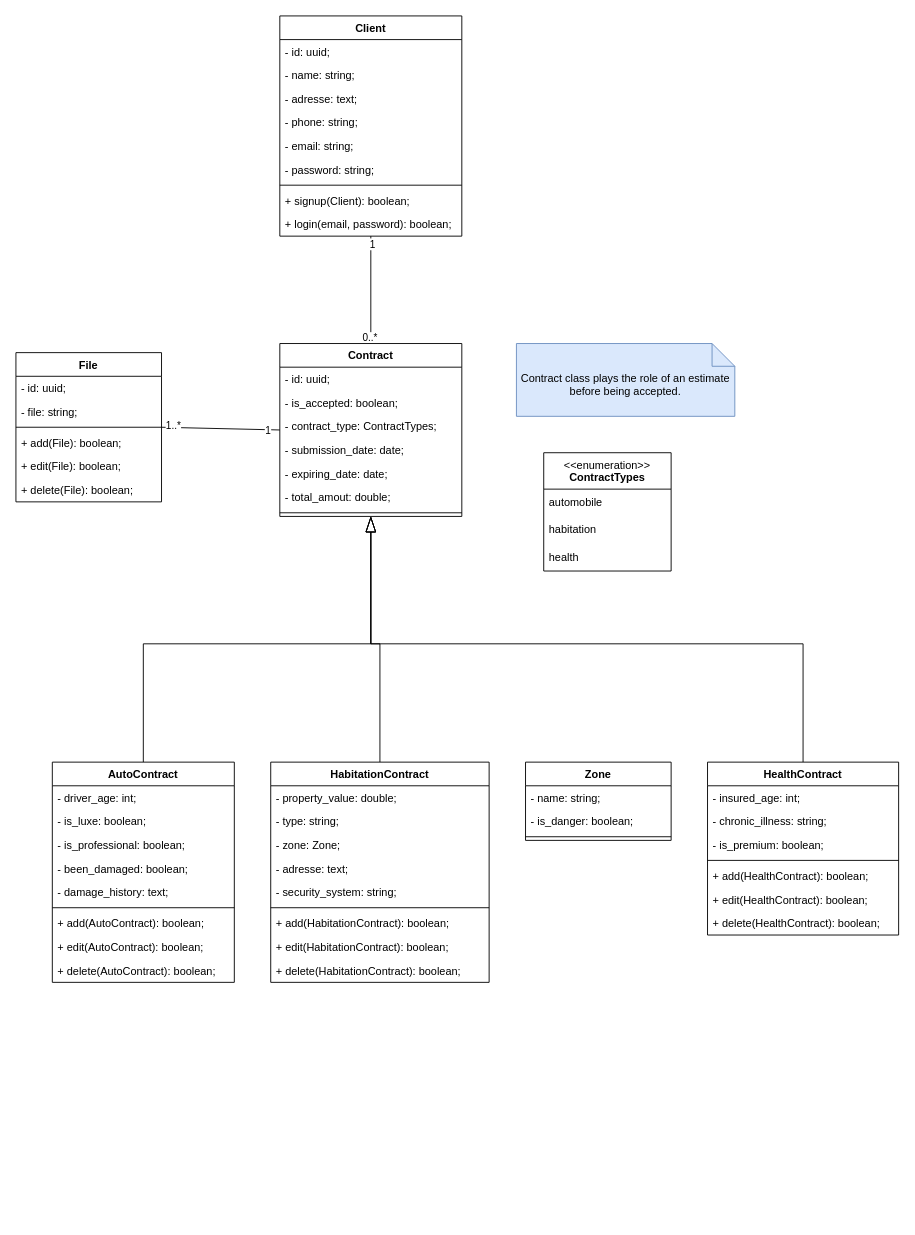
Above: ApolloAssurance.drawio in berghach/Apollo-Assurance-Secure (draw.io), before the change. Source tidied: cells renumbered, new cells numbered last; positions are measured from the earlier drawing's top-left corner, leaving out a move shared by most shapes. Both pictures are drawn from the tidied source at 91%, with x=0, y=0 at pixel (15, 15).
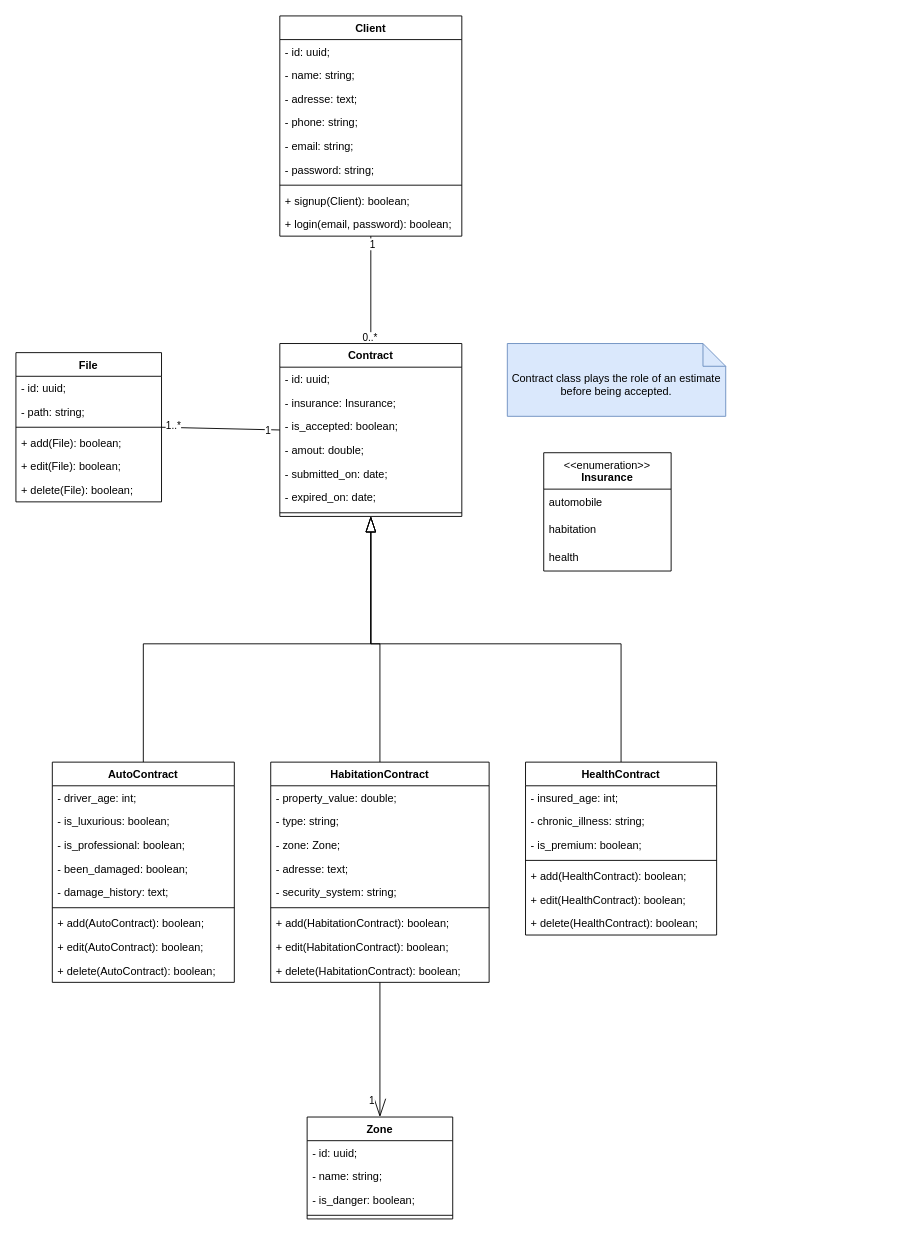
After the change.

Unchanged cells that the change refers to:
```xml
<mxCell id="18" value="Contract" style="swimlane;fontStyle=1;align=center;verticalAlign=top;horizontal=1;startSize=26;whiteSpace=wrap;html=1;" parent="1" vertex="1">
  <mxGeometry x="290" y="360" width="200" height="190" as="geometry" />
</mxCell>
<mxCell id="26" value="AutoContract" style="swimlane;fontStyle=1;align=center;verticalAlign=top;horizontal=1;startSize=26;whiteSpace=wrap;html=1;" parent="1" vertex="1">
  <mxGeometry x="40" y="820" width="200" height="242" as="geometry" />
</mxCell>
<mxCell id="36" value="HabitationContract" style="swimlane;fontStyle=1;align=center;verticalAlign=top;horizontal=1;startSize=26;whiteSpace=wrap;html=1;" parent="1" vertex="1">
  <mxGeometry x="280" y="820" width="240" height="242" as="geometry" />
</mxCell>
<mxCell id="58" value="File" style="swimlane;fontStyle=1;align=center;verticalAlign=top;horizontal=1;startSize=26;whiteSpace=wrap;html=1;" parent="1" vertex="1">
  <mxGeometry y="370" width="160" height="164" as="geometry" />
</mxCell>
```

The edit, as a diff of the source:
```diff
@@
+    <mxCell id="21" value="- insurance:&amp;nbsp;Insurance;" style="text;strokeColor=none;fillColor=none;align=left;verticalAlign=top;spacingLeft=4;spacingRight=4;overflow=hidden;whiteSpace=wrap;html=1;" parent="18" vertex="1">
+      <mxGeometry y="52" width="200" height="26" as="geometry" />
+    </mxCell>
     <mxCell id="20" value="- is_accepted: boolean;" style="text;strokeColor=none;fillColor=none;align=left;verticalAlign=top;spacingLeft=4;spacingRight=4;overflow=hidden;whiteSpace=wrap;html=1;" parent="18" vertex="1">
-      <mxGeometry y="52" width="200" height="26" as="geometry" />
+      <mxGeometry y="78" width="200" height="26" as="geometry" />
     </mxCell>
-    <mxCell id="21" value="- contract_type: ContractTypes;" style="text;strokeColor=none;fillColor=none;align=left;verticalAlign=top;spacingLeft=4;spacingRight=4;overflow=hidden;whiteSpace=wrap;html=1;" parent="18" vertex="1">
-      <mxGeometry y="78" width="200" height="26" as="geometry" />
-    </mxCell>
+    <mxCell id="24" value="- amout: double;" style="text;strokeColor=none;fillColor=none;align=left;verticalAlign=top;spacingLeft=4;spacingRight=4;overflow=hidden;whiteSpace=wrap;html=1;" parent="18" vertex="1">
+      <mxGeometry y="104" width="200" height="26" as="geometry" />
+    </mxCell>
-    <mxCell id="22" value="- submission_date: date;" style="text;strokeColor=none;fillColor=none;align=left;verticalAlign=top;spacingLeft=4;spacingRight=4;overflow=hidden;whiteSpace=wrap;html=1;" parent="18" vertex="1">
-      <mxGeometry y="104" width="200" height="26" as="geometry" />
+    <mxCell id="22" value="- submitted_on: date;" style="text;strokeColor=none;fillColor=none;align=left;verticalAlign=top;spacingLeft=4;spacingRight=4;overflow=hidden;whiteSpace=wrap;html=1;" parent="18" vertex="1">
+      <mxGeometry y="130" width="200" height="26" as="geometry" />
     </mxCell>
-    <mxCell id="23" value="- expiring_date: date;" style="text;strokeColor=none;fillColor=none;align=left;verticalAlign=top;spacingLeft=4;spacingRight=4;overflow=hidden;whiteSpace=wrap;html=1;" parent="18" vertex="1">
-      <mxGeometry y="130" width="200" height="26" as="geometry" />
+    <mxCell id="23" value="- expired_on: date;" style="text;strokeColor=none;fillColor=none;align=left;verticalAlign=top;spacingLeft=4;spacingRight=4;overflow=hidden;whiteSpace=wrap;html=1;" parent="18" vertex="1">
+      <mxGeometry y="156" width="200" height="26" as="geometry" />
     </mxCell>
-    <mxCell id="24" value="- total_amout: double;" style="text;strokeColor=none;fillColor=none;align=left;verticalAlign=top;spacingLeft=4;spacingRight=4;overflow=hidden;whiteSpace=wrap;html=1;" parent="18" vertex="1">
-      <mxGeometry y="156" width="200" height="26" as="geometry" />
-    </mxCell>
@@
-    <mxCell id="28" value="- is_luxe: boolean;" style="text;strokeColor=none;fillColor=none;align=left;verticalAlign=top;spacingLeft=4;spacingRight=4;overflow=hidden;whiteSpace=wrap;html=1;" parent="26" vertex="1">
+    <mxCell id="28" value="- &lt;font style=&quot;font-size: 12px;&quot;&gt;is_luxurious&lt;/font&gt;&lt;span style=&quot;background-color: initial;&quot;&gt;: boolean;&lt;/span&gt;" style="text;strokeColor=none;fillColor=none;align=left;verticalAlign=top;spacingLeft=4;spacingRight=4;overflow=hidden;whiteSpace=wrap;html=1;" parent="26" vertex="1">
       <mxGeometry y="52" width="200" height="26" as="geometry" />
     </mxCell>
@@
     <mxCell id="46" value="HealthContract" style="swimlane;fontStyle=1;align=center;verticalAlign=top;horizontal=1;startSize=26;whiteSpace=wrap;html=1;" parent="1" vertex="1">
-      <mxGeometry x="760" y="820" width="210" height="190" as="geometry" />
+      <mxGeometry x="560" y="820" width="210" height="190" as="geometry" />
     </mxCell>
@@
     <mxCell id="54" value="Contract class plays the role of an estimate before being accepted." style="shape=note2;boundedLbl=1;whiteSpace=wrap;html=1;size=25;verticalAlign=top;align=center;fillColor=#dae8fc;strokeColor=#6c8ebf;" parent="1" vertex="1">
-      <mxGeometry x="550" y="360" width="240" height="80" as="geometry" />
+      <mxGeometry x="540" y="360" width="240" height="80" as="geometry" />
     </mxCell>
@@
-    <mxCell id="60" value="- file: string;" style="text;strokeColor=none;fillColor=none;align=left;verticalAlign=top;spacingLeft=4;spacingRight=4;overflow=hidden;whiteSpace=wrap;html=1;" parent="58" vertex="1">
+    <mxCell id="60" value="- path: string;" style="text;strokeColor=none;fillColor=none;align=left;verticalAlign=top;spacingLeft=4;spacingRight=4;overflow=hidden;whiteSpace=wrap;html=1;" parent="58" vertex="1">
       <mxGeometry y="52" width="160" height="26" as="geometry" />
     </mxCell>
@@
-    <mxCell id="65" value="&amp;lt;&amp;lt;enumeration&amp;gt;&amp;gt;&lt;br&gt;&lt;span style=&quot;text-align: left;&quot;&gt;&lt;b&gt;ContractTypes&lt;/b&gt;&lt;/span&gt;" style="swimlane;fontStyle=0;align=center;verticalAlign=top;horizontal=1;startSize=40;html=1;whiteSpace=wrap;" parent="1" vertex="1">
+    <mxCell id="65" value="&amp;lt;&amp;lt;enumeration&amp;gt;&amp;gt;&lt;br&gt;&lt;span style=&quot;text-align: left;&quot;&gt;&lt;b&gt;Insurance&lt;/b&gt;&lt;/span&gt;" style="swimlane;fontStyle=0;align=center;verticalAlign=top;horizontal=1;startSize=40;html=1;whiteSpace=wrap;" parent="1" vertex="1">
       <mxGeometry x="580" y="480" width="140" height="130" as="geometry" />
     </mxCell>
@@
     <mxCell id="69" value="Zone" style="swimlane;fontStyle=1;align=center;verticalAlign=top;horizontal=1;startSize=26;whiteSpace=wrap;html=1;" parent="1" vertex="1">
-      <mxGeometry x="560" y="820" width="160" height="86" as="geometry" />
+      <mxGeometry x="320" y="1210" width="160" height="112" as="geometry" />
     </mxCell>
-    <mxCell id="70" value="- name: string;" style="text;strokeColor=none;fillColor=none;align=left;verticalAlign=top;spacingLeft=4;spacingRight=4;overflow=hidden;whiteSpace=wrap;html=1;" parent="69" vertex="1">
+    <mxCell id="70" value="- id: uuid;" style="text;strokeColor=none;fillColor=none;align=left;verticalAlign=top;spacingLeft=4;spacingRight=4;overflow=hidden;whiteSpace=wrap;html=1;" parent="69" vertex="1">
       <mxGeometry y="26" width="160" height="26" as="geometry" />
     </mxCell>
+    <mxCell id="73" value="- name: string;" style="text;strokeColor=none;fillColor=none;align=left;verticalAlign=top;spacingLeft=4;spacingRight=4;overflow=hidden;whiteSpace=wrap;html=1;" parent="69" vertex="1">
+      <mxGeometry y="52" width="160" height="26" as="geometry" />
+    </mxCell>
     <mxCell id="71" value="- is_danger: boolean;" style="text;strokeColor=none;fillColor=none;align=left;verticalAlign=top;spacingLeft=4;spacingRight=4;overflow=hidden;whiteSpace=wrap;html=1;" parent="69" vertex="1">
-      <mxGeometry y="52" width="160" height="26" as="geometry" />
+      <mxGeometry y="78" width="160" height="26" as="geometry" />
     </mxCell>
     <mxCell id="72" style="line;strokeWidth=1;fillColor=none;align=left;verticalAlign=middle;spacingTop=-1;spacingLeft=3;spacingRight=3;labelPosition=right;strokeColor=inherit;" parent="69" vertex="1">
-      <mxGeometry y="78" width="160" height="8" as="geometry" />
+      <mxGeometry y="104" width="160" height="8" as="geometry" />
     </mxCell>
+    <mxCell id="74" style="rounded=0;jettySize=auto;html=1;exitX=0.5;exitY=0;exitDx=0;exitDy=0;endArrow=none;endFill=0;startArrow=openThin;startFill=0;startSize=18;" parent="1" edge="1" source="69" target="36">
+      <mxGeometry relative="1" as="geometry" />
+    </mxCell>
+    <mxCell id="75" value="1" style="edgeLabel;html=1;align=center;verticalAlign=middle;" parent="74" vertex="1">
+      <mxGeometry x="-0.75" relative="1" as="geometry">
+        <mxPoint x="-10" as="offset" />
+      </mxGeometry>
+    </mxCell>
```
